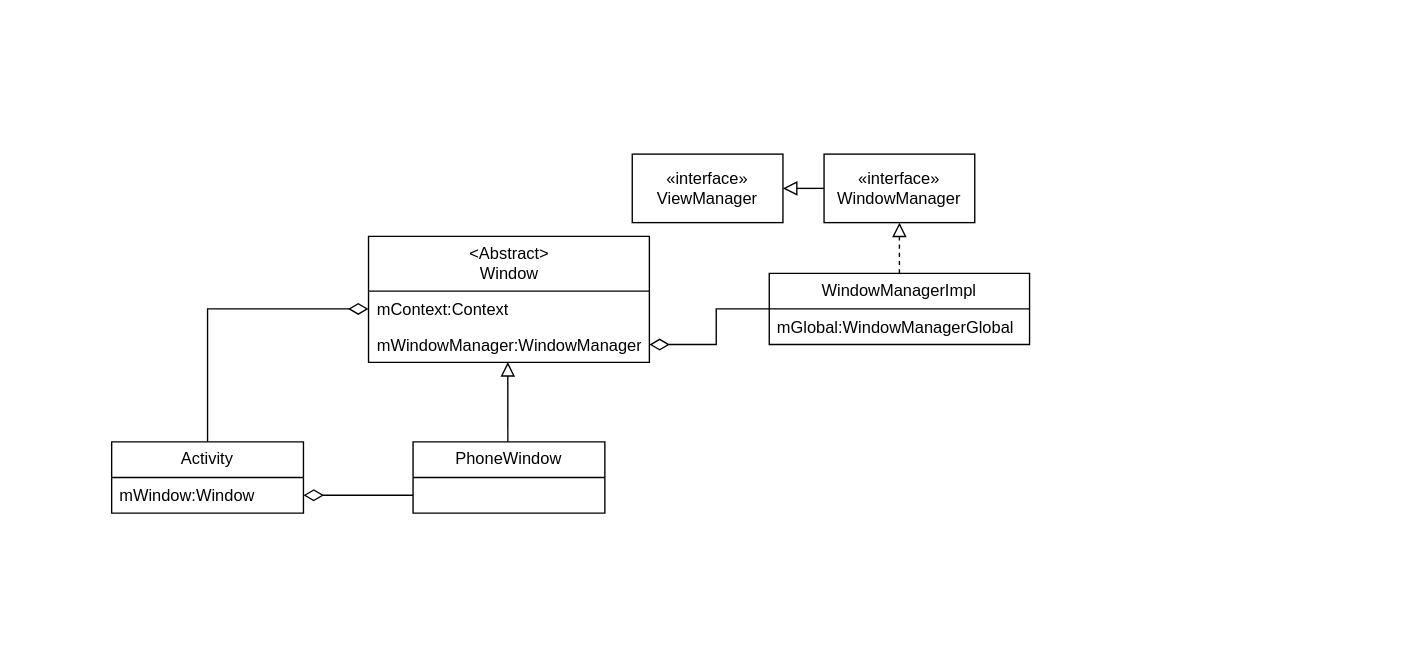
Above: page "第 9 页" (9 of 17) of window2.drawio in YangYang48/drawio (draw.io), before the change. Source tidied: cells renumbered, new cells numbered last; positions are measured from the earlier drawing's top-left corner, leaving out a move shared by most shapes. Both pictures are drawn from the tidied source at 137%, with x=0, y=0 at pixel (111, 153).
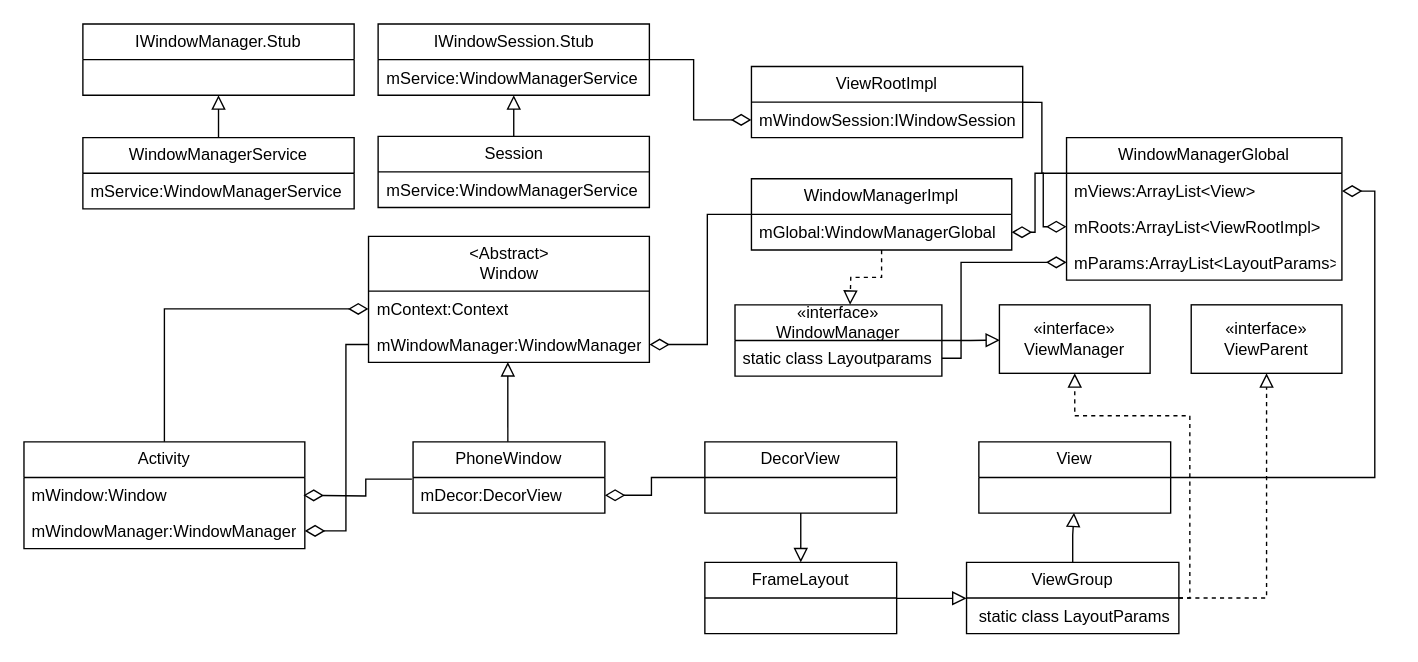
After the change.

The change refers to these unchanged cells:
```xml
<mxCell id="3" value="PhoneWindow" style="swimlane;fontStyle=0;horizontal=1;startSize=26;fillColor=none;whiteSpace=wrap;html=1;" parent="1" vertex="1">
  <mxGeometry x="220" y="210" width="140" height="52" as="geometry" />
</mxCell>
<mxCell id="7" value="mWindowManager:WindowManager" style="text;strokeColor=none;fillColor=none;align=left;verticalAlign=top;spacingLeft=4;spacingRight=4;overflow=hidden;points=[[0,0.5],[1,0.5]];portConstraint=eastwest;whiteSpace=wrap;html=1;" parent="5" vertex="1">
  <mxGeometry y="66" width="205" height="26" as="geometry" />
</mxCell>
<mxCell id="15" value="mGlobal:WindowManagerGlobal" style="text;strokeColor=none;fillColor=none;align=left;verticalAlign=top;spacingLeft=4;spacingRight=4;overflow=hidden;points=[[0,0.5],[1,0.5]];portConstraint=eastwest;whiteSpace=wrap;html=1;" parent="14" vertex="1">
  <mxGeometry y="26" width="190" height="26" as="geometry" />
</mxCell>
```

Diff of the diagram source:
```diff
@@
-    <mxCell id="4" value="&amp;nbsp;" style="text;strokeColor=none;fillColor=none;align=left;verticalAlign=top;spacingLeft=4;spacingRight=4;overflow=hidden;points=[[0,0.5],[1,0.5]];portConstraint=eastwest;whiteSpace=wrap;html=1;" parent="3" vertex="1">
+    <mxCell id="4" value="mDecor:DecorView" style="text;strokeColor=none;fillColor=none;align=left;verticalAlign=top;spacingLeft=4;spacingRight=4;overflow=hidden;points=[[0,0.5],[1,0.5]];portConstraint=eastwest;whiteSpace=wrap;html=1;" parent="3" vertex="1">
       <mxGeometry y="26" width="140" height="26" as="geometry" />
     </mxCell>
@@
-    <mxCell id="9" value="Activity" style="swimlane;fontStyle=0;horizontal=1;startSize=26;fillColor=none;whiteSpace=wrap;html=1;" parent="1" vertex="1">
-      <mxGeometry y="210" width="140" height="52" as="geometry" />
-    </mxCell>
-    <mxCell id="10" value="mWindow:Window" style="text;strokeColor=none;fillColor=none;align=left;verticalAlign=top;spacingLeft=4;spacingRight=4;overflow=hidden;points=[[0,0.5],[1,0.5]];portConstraint=eastwest;whiteSpace=wrap;html=1;" parent="9" vertex="1">
-      <mxGeometry y="26" width="140" height="26" as="geometry" />
-    </mxCell>
-    <mxCell id="11" style="edgeStyle=orthogonalEdgeStyle;rounded=0;jettySize=auto;html=1;endArrow=diamondThin;endFill=0;strokeWidth=1;jumpSize=7;endSize=12;" parent="1" edge="1" source="4" target="10">
-      <mxGeometry relative="1" as="geometry" />
+    <mxCell id="11" style="edgeStyle=orthogonalEdgeStyle;rounded=0;jettySize=auto;html=1;endArrow=diamondThin;endFill=0;strokeWidth=1;jumpSize=7;endSize=12;exitX=-0.006;exitY=0.046;exitDx=0;exitDy=0;exitPerimeter=0;" parent="1" edge="1" source="4">
+      <mxGeometry relative="1" as="geometry">
+        <mxPoint x="140" y="249" as="targetPoint" />
+      </mxGeometry>
     </mxCell>
@@
-    <mxCell id="13" style="edgeStyle=orthogonalEdgeStyle;rounded=0;jettySize=auto;html=1;exitX=0.5;exitY=0;exitDx=0;exitDy=0;entryX=0.5;entryY=1;entryDx=0;entryDy=0;endArrow=block;endFill=0;dashed=1;endSize=8;" parent="1" edge="1" source="14" target="17">
-      <mxGeometry relative="1" as="geometry" />
-    </mxCell>
+    <mxCell id="19" style="edgeStyle=orthogonalEdgeStyle;rounded=0;jettySize=auto;html=1;endArrow=block;endFill=0;endSize=8;dashed=1;" parent="1" edge="1" source="14">
+      <mxGeometry relative="1" as="geometry">
+        <mxPoint x="539" y="110" as="targetPoint" />
+      </mxGeometry>
+    </mxCell>
     <mxCell id="14" value="WindowManagerImpl" style="swimlane;fontStyle=0;horizontal=1;startSize=26;fillColor=none;whiteSpace=wrap;html=1;" parent="1" vertex="1">
-      <mxGeometry x="480" y="87" width="190" height="52" as="geometry" />
+      <mxGeometry x="467" y="18" width="190" height="52" as="geometry" />
     </mxCell>
@@
-    <mxCell id="16" style="edgeStyle=orthogonalEdgeStyle;rounded=0;jettySize=auto;html=1;exitX=0;exitY=0.5;exitDx=0;exitDy=0;entryX=1;entryY=0.5;entryDx=0;entryDy=0;endArrow=block;endFill=0;endSize=8;" parent="1" edge="1" source="17" target="18">
+    <mxCell id="16" style="edgeStyle=orthogonalEdgeStyle;rounded=0;jettySize=auto;html=1;exitX=1;exitY=0.5;exitDx=0;exitDy=0;entryX=0.004;entryY=0.516;entryDx=0;entryDy=0;endArrow=block;endFill=0;endSize=8;entryPerimeter=0;" parent="1" edge="1" source="17" target="18">
       <mxGeometry relative="1" as="geometry" />
     </mxCell>
+    <mxCell id="18" value="«interface»&lt;br&gt;ViewManager" style="html=1;whiteSpace=wrap;" parent="1" vertex="1">
+      <mxGeometry x="648" y="110" width="110" height="50" as="geometry" />
+    </mxCell>
+    <mxCell id="9" value="Activity" style="swimlane;fontStyle=0;horizontal=1;startSize=26;fillColor=none;whiteSpace=wrap;html=1;" parent="1" vertex="1">
+      <mxGeometry x="-64" y="210" width="205" height="78" as="geometry" />
+    </mxCell>
+    <mxCell id="10" value="mWindow:Window" style="text;strokeColor=none;fillColor=none;align=left;verticalAlign=top;spacingLeft=4;spacingRight=4;overflow=hidden;points=[[0,0.5],[1,0.5]];portConstraint=eastwest;whiteSpace=wrap;html=1;" parent="9" vertex="1">
+      <mxGeometry y="26" width="205" height="26" as="geometry" />
+    </mxCell>
+    <mxCell id="20" value="mWindowManager:WindowManager" style="text;strokeColor=none;fillColor=none;align=left;verticalAlign=top;spacingLeft=4;spacingRight=4;overflow=hidden;points=[[0,0.5],[1,0.5]];portConstraint=eastwest;whiteSpace=wrap;html=1;" parent="9" vertex="1">
+      <mxGeometry y="52" width="205" height="26" as="geometry" />
+    </mxCell>
+    <mxCell id="21" style="edgeStyle=orthogonalEdgeStyle;rounded=0;jettySize=auto;html=1;exitX=1;exitY=0.5;exitDx=0;exitDy=0;entryX=0;entryY=0.5;entryDx=0;entryDy=0;endArrow=none;endFill=0;startArrow=diamondThin;startFill=0;endSize=6;startSize=12;" parent="1" edge="1" source="20" target="7">
+      <mxGeometry relative="1" as="geometry">
+        <Array as="points">
+          <mxPoint x="171" y="275" />
+          <mxPoint x="171" y="139" />
+        </Array>
+      </mxGeometry>
+    </mxCell>
+    <mxCell id="22" style="edgeStyle=orthogonalEdgeStyle;rounded=0;jettySize=auto;html=1;entryX=0.5;entryY=0;entryDx=0;entryDy=0;endArrow=block;endFill=0;endSize=8;" parent="1" edge="1" source="23" target="27">
+      <mxGeometry relative="1" as="geometry" />
+    </mxCell>
+    <mxCell id="23" value="DecorView" style="swimlane;fontStyle=0;horizontal=1;startSize=26;fillColor=none;whiteSpace=wrap;html=1;" parent="1" vertex="1">
+      <mxGeometry x="433" y="210" width="140" height="52" as="geometry" />
+    </mxCell>
+    <mxCell id="24" value="&amp;nbsp;" style="text;strokeColor=none;fillColor=none;align=left;verticalAlign=top;spacingLeft=4;spacingRight=4;overflow=hidden;whiteSpace=wrap;html=1;" parent="23" vertex="1">
+      <mxGeometry y="26" width="140" height="26" as="geometry" />
+    </mxCell>
+    <mxCell id="25" style="edgeStyle=orthogonalEdgeStyle;rounded=0;jettySize=auto;html=1;exitX=1;exitY=0.5;exitDx=0;exitDy=0;entryX=0;entryY=0.5;entryDx=0;entryDy=0;endArrow=none;endFill=0;startArrow=diamondThin;startFill=0;startSize=12;" parent="1" edge="1" source="4" target="23">
+      <mxGeometry relative="1" as="geometry">
+        <Array as="points">
+          <mxPoint x="394" y="249" />
+          <mxPoint x="394" y="236" />
+        </Array>
+      </mxGeometry>
+    </mxCell>
+    <mxCell id="26" style="edgeStyle=orthogonalEdgeStyle;rounded=0;jettySize=auto;html=1;entryX=0;entryY=0.009;entryDx=0;entryDy=0;entryPerimeter=0;endArrow=block;endFill=0;endSize=8;" parent="1" edge="1" source="27" target="33">
+      <mxGeometry relative="1" as="geometry">
+        <Array as="points">
+          <mxPoint x="624" y="324" />
+        </Array>
+      </mxGeometry>
+    </mxCell>
+    <mxCell id="27" value="FrameLayout" style="swimlane;fontStyle=0;horizontal=1;startSize=26;fillColor=none;whiteSpace=wrap;html=1;" parent="1" vertex="1">
+      <mxGeometry x="433" y="298" width="140" height="52" as="geometry" />
+    </mxCell>
+    <mxCell id="28" value="&amp;nbsp;" style="text;strokeColor=none;fillColor=none;align=left;verticalAlign=top;spacingLeft=4;spacingRight=4;overflow=hidden;whiteSpace=wrap;html=1;" parent="27" vertex="1">
+      <mxGeometry y="26" width="140" height="26" as="geometry" />
+    </mxCell>
+    <mxCell id="29" style="edgeStyle=orthogonalEdgeStyle;rounded=0;jettySize=auto;html=1;entryX=0.496;entryY=0.989;entryDx=0;entryDy=0;entryPerimeter=0;endArrow=block;endFill=0;endSize=8;" parent="1" edge="1" source="32" target="35">
+      <mxGeometry relative="1" as="geometry" />
+    </mxCell>
+    <mxCell id="30" style="edgeStyle=orthogonalEdgeStyle;rounded=0;jettySize=auto;html=1;entryX=0.5;entryY=1;entryDx=0;entryDy=0;endArrow=block;endFill=0;dashed=1;endSize=8;" parent="1" edge="1" source="32" target="18">
+      <mxGeometry relative="1" as="geometry">
+        <Array as="points">
+          <mxPoint x="787" y="324" />
+          <mxPoint x="787" y="191" />
+          <mxPoint x="703" y="191" />
+        </Array>
+      </mxGeometry>
+    </mxCell>
+    <mxCell id="31" style="edgeStyle=orthogonalEdgeStyle;rounded=0;jettySize=auto;html=1;endArrow=block;endFill=0;endSize=8;dashed=1;" parent="1" edge="1" source="32" target="36">
+      <mxGeometry relative="1" as="geometry" />
+    </mxCell>
+    <mxCell id="32" value="ViewGroup" style="swimlane;fontStyle=0;horizontal=1;startSize=26;fillColor=none;whiteSpace=wrap;html=1;" parent="1" vertex="1">
+      <mxGeometry x="624" y="298" width="155" height="52" as="geometry" />
+    </mxCell>
+    <mxCell id="33" value="&amp;nbsp;static class LayoutParams" style="text;strokeColor=none;fillColor=none;align=left;verticalAlign=top;spacingLeft=4;spacingRight=4;overflow=hidden;points=[[0,0.5],[1,0.5]];portConstraint=eastwest;whiteSpace=wrap;html=1;" parent="32" vertex="1">
+      <mxGeometry y="26" width="155" height="26" as="geometry" />
+    </mxCell>
+    <mxCell id="34" value="View" style="swimlane;fontStyle=0;horizontal=1;startSize=26;fillColor=none;whiteSpace=wrap;html=1;" parent="1" vertex="1">
+      <mxGeometry x="633" y="210" width="140" height="52" as="geometry" />
+    </mxCell>
+    <mxCell id="35" value="&amp;nbsp;" style="text;strokeColor=none;fillColor=none;align=left;verticalAlign=top;spacingLeft=4;spacingRight=4;overflow=hidden;points=[[0,0.5],[1,0.5]];portConstraint=eastwest;whiteSpace=wrap;html=1;" parent="34" vertex="1">
+      <mxGeometry y="26" width="140" height="26" as="geometry" />
+    </mxCell>
+    <mxCell id="36" value="«interface»&lt;br&gt;ViewParent" style="html=1;whiteSpace=wrap;" parent="1" vertex="1">
+      <mxGeometry x="788" y="110" width="110" height="50" as="geometry" />
+    </mxCell>
+    <mxCell id="37" value="WindowManagerGlobal" style="swimlane;fontStyle=0;horizontal=1;startSize=26;fillColor=none;whiteSpace=wrap;html=1;" parent="1" vertex="1">
+      <mxGeometry x="697" y="-12" width="201" height="104" as="geometry" />
+    </mxCell>
+    <mxCell id="38" value="mViews:ArrayList&amp;lt;View&amp;gt;" style="text;strokeColor=none;fillColor=none;align=left;verticalAlign=top;spacingLeft=4;spacingRight=4;overflow=hidden;points=[[0,0.5],[1,0.5]];portConstraint=eastwest;whiteSpace=wrap;html=1;" parent="37" vertex="1">
+      <mxGeometry y="26" width="201" height="26" as="geometry" />
+    </mxCell>
+    <mxCell id="39" value="mRoots:ArrayList&amp;lt;ViewRootImpl&amp;gt;" style="text;strokeColor=none;fillColor=none;align=left;verticalAlign=top;spacingLeft=4;spacingRight=4;overflow=hidden;points=[[0,0.5],[1,0.5]];portConstraint=eastwest;whiteSpace=wrap;html=1;" parent="37" vertex="1">
+      <mxGeometry y="52" width="201" height="26" as="geometry" />
+    </mxCell>
+    <mxCell id="40" value="mParams:ArrayList&amp;lt;LayoutParams&amp;gt;&amp;nbsp;" style="text;strokeColor=none;fillColor=none;align=left;verticalAlign=top;spacingLeft=4;spacingRight=4;overflow=hidden;points=[[0,0.5],[1,0.5]];portConstraint=eastwest;whiteSpace=wrap;html=1;" parent="37" vertex="1">
+      <mxGeometry y="78" width="201" height="26" as="geometry" />
+    </mxCell>
+    <mxCell id="41" style="edgeStyle=orthogonalEdgeStyle;rounded=0;jettySize=auto;html=1;exitX=1;exitY=0.5;exitDx=0;exitDy=0;entryX=0;entryY=0.25;entryDx=0;entryDy=0;endArrow=none;endFill=0;startArrow=diamondThin;startFill=0;endSize=6;startSize=12;" parent="1" edge="1" source="15" target="37">
+      <mxGeometry relative="1" as="geometry">
+        <Array as="points">
+          <mxPoint x="674" y="57" />
+          <mxPoint x="674" y="14" />
+        </Array>
+      </mxGeometry>
+    </mxCell>
+    <mxCell id="42" style="edgeStyle=orthogonalEdgeStyle;rounded=0;jettySize=auto;html=1;exitX=1;exitY=0.5;exitDx=0;exitDy=0;entryX=0;entryY=0.5;entryDx=0;entryDy=0;endArrow=diamondThin;endFill=0;endSize=12;" parent="1" edge="1" source="43" target="40">
+      <mxGeometry relative="1" as="geometry">
+        <Array as="points">
+          <mxPoint x="620" y="149" />
+          <mxPoint x="620" y="79" />
+        </Array>
+      </mxGeometry>
+    </mxCell>
-    <mxCell id="17" value="«interface»&lt;br&gt;WindowManager" style="html=1;whiteSpace=wrap;" parent="1" vertex="1">
-      <mxGeometry x="520" width="110" height="50" as="geometry" />
+    <mxCell id="17" value="«interface»&lt;br style=&quot;border-color: var(--border-color);&quot;&gt;WindowManager" style="swimlane;fontStyle=0;horizontal=1;startSize=26;fillColor=none;whiteSpace=wrap;html=1;" parent="1" vertex="1">
+      <mxGeometry x="455" y="110" width="151" height="52" as="geometry" />
     </mxCell>
-    <mxCell id="18" value="«interface»&lt;br&gt;ViewManager" style="html=1;whiteSpace=wrap;" parent="1" vertex="1">
-      <mxGeometry x="380" width="110" height="50" as="geometry" />
-    </mxCell>
+    <mxCell id="43" value="static class Layoutparams" style="text;strokeColor=none;fillColor=none;align=left;verticalAlign=top;spacingLeft=4;spacingRight=4;overflow=hidden;points=[[0,0.5],[1,0.5]];portConstraint=eastwest;whiteSpace=wrap;html=1;" parent="17" vertex="1">
+      <mxGeometry y="26" width="151" height="26" as="geometry" />
+    </mxCell>
+    <mxCell id="44" style="edgeStyle=orthogonalEdgeStyle;rounded=0;jettySize=auto;html=1;exitX=1;exitY=0.5;exitDx=0;exitDy=0;entryX=1;entryY=0.5;entryDx=0;entryDy=0;endArrow=none;endFill=0;startArrow=diamondThin;startFill=0;startSize=12;" parent="1" edge="1" source="38" target="34">
+      <mxGeometry relative="1" as="geometry">
+        <Array as="points">
+          <mxPoint x="922" y="27" />
+          <mxPoint x="922" y="236" />
+        </Array>
+      </mxGeometry>
+    </mxCell>
+    <mxCell id="45" style="edgeStyle=orthogonalEdgeStyle;rounded=0;jettySize=auto;html=1;exitX=0;exitY=0.75;exitDx=0;exitDy=0;entryX=1;entryY=0.5;entryDx=0;entryDy=0;endArrow=none;endFill=0;startArrow=diamondThin;startFill=0;startSize=12;" parent="1" edge="1" source="46" target="52">
+      <mxGeometry relative="1" as="geometry" />
+    </mxCell>
+    <mxCell id="46" value="ViewRootImpl" style="swimlane;fontStyle=0;horizontal=1;startSize=26;fillColor=none;whiteSpace=wrap;html=1;" parent="1" vertex="1">
+      <mxGeometry x="467" y="-64" width="198" height="52" as="geometry" />
+    </mxCell>
+    <mxCell id="47" value="mWindowSession:IWindowSession" style="text;strokeColor=none;fillColor=none;align=left;verticalAlign=top;spacingLeft=4;spacingRight=4;overflow=hidden;points=[[0,0.5],[1,0.5]];portConstraint=eastwest;whiteSpace=wrap;html=1;" parent="46" vertex="1">
+      <mxGeometry y="26" width="198" height="26" as="geometry" />
+    </mxCell>
+    <mxCell id="48" style="edgeStyle=orthogonalEdgeStyle;rounded=0;jettySize=auto;html=1;exitX=0;exitY=0.5;exitDx=0;exitDy=0;entryX=0.997;entryY=0.006;entryDx=0;entryDy=0;entryPerimeter=0;endArrow=none;endFill=0;startArrow=diamondThin;startFill=0;startSize=12;" parent="1" edge="1" source="39" target="47">
+      <mxGeometry relative="1" as="geometry">
+        <Array as="points">
+          <mxPoint x="680" y="53" />
+          <mxPoint x="680" y="14" />
+          <mxPoint x="679" y="14" />
+          <mxPoint x="679" y="-37" />
+          <mxPoint x="664" y="-37" />
+        </Array>
+      </mxGeometry>
+    </mxCell>
+    <mxCell id="49" style="edgeStyle=orthogonalEdgeStyle;rounded=0;jettySize=auto;html=1;endArrow=block;endFill=0;endSize=8;" parent="1" edge="1" source="50" target="52">
+      <mxGeometry relative="1" as="geometry" />
+    </mxCell>
+    <mxCell id="50" value="Session" style="swimlane;fontStyle=0;horizontal=1;startSize=26;fillColor=none;whiteSpace=wrap;html=1;" parent="1" vertex="1">
+      <mxGeometry x="194.5" y="-13" width="198" height="52" as="geometry" />
+    </mxCell>
+    <mxCell id="51" value="mService:WindowManagerService" style="text;strokeColor=none;fillColor=none;align=left;verticalAlign=top;spacingLeft=4;spacingRight=4;overflow=hidden;whiteSpace=wrap;html=1;" parent="50" vertex="1">
+      <mxGeometry y="26" width="198" height="26" as="geometry" />
+    </mxCell>
+    <mxCell id="52" value="IWindowSession.Stub" style="swimlane;fontStyle=0;horizontal=1;startSize=26;fillColor=none;whiteSpace=wrap;html=1;" parent="1" vertex="1">
+      <mxGeometry x="194.5" y="-95" width="198" height="52" as="geometry" />
+    </mxCell>
+    <mxCell id="53" value="mService:WindowManagerService" style="text;strokeColor=none;fillColor=none;align=left;verticalAlign=top;spacingLeft=4;spacingRight=4;overflow=hidden;whiteSpace=wrap;html=1;" parent="52" vertex="1">
+      <mxGeometry y="26" width="198" height="26" as="geometry" />
+    </mxCell>
+    <mxCell id="54" style="edgeStyle=orthogonalEdgeStyle;rounded=0;jettySize=auto;html=1;endArrow=block;endFill=0;endSize=8;" parent="1" edge="1" source="55" target="57">
+      <mxGeometry relative="1" as="geometry" />
+    </mxCell>
+    <mxCell id="55" value="WindowManagerService" style="swimlane;fontStyle=0;horizontal=1;startSize=26;fillColor=none;whiteSpace=wrap;html=1;" parent="1" vertex="1">
+      <mxGeometry x="-21" y="-12" width="198" height="52" as="geometry" />
+    </mxCell>
+    <mxCell id="56" value="mService:WindowManagerService" style="text;strokeColor=none;fillColor=none;align=left;verticalAlign=top;spacingLeft=4;spacingRight=4;overflow=hidden;whiteSpace=wrap;html=1;" parent="55" vertex="1">
+      <mxGeometry y="26" width="198" height="26" as="geometry" />
+    </mxCell>
+    <mxCell id="57" value="IWindowManager.Stub" style="swimlane;fontStyle=0;horizontal=1;startSize=26;fillColor=none;whiteSpace=wrap;html=1;" parent="1" vertex="1">
+      <mxGeometry x="-21" y="-95" width="198" height="52" as="geometry" />
+    </mxCell>
```
